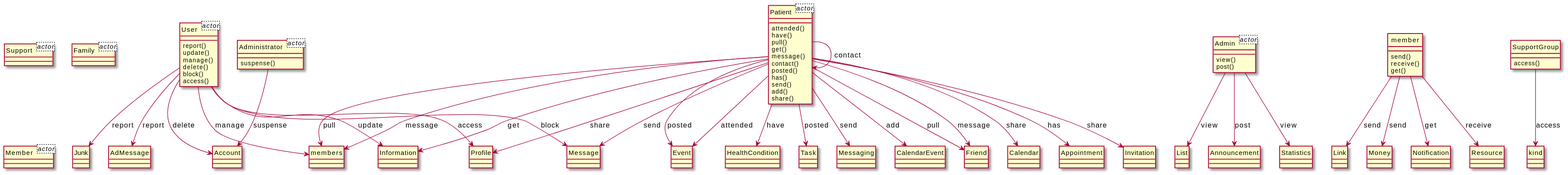
This is output/diagram_5/2018-USC-Project06.svg from xixixhalu/DomainModelExtractor, a PlantUML export, as it was before one commit.
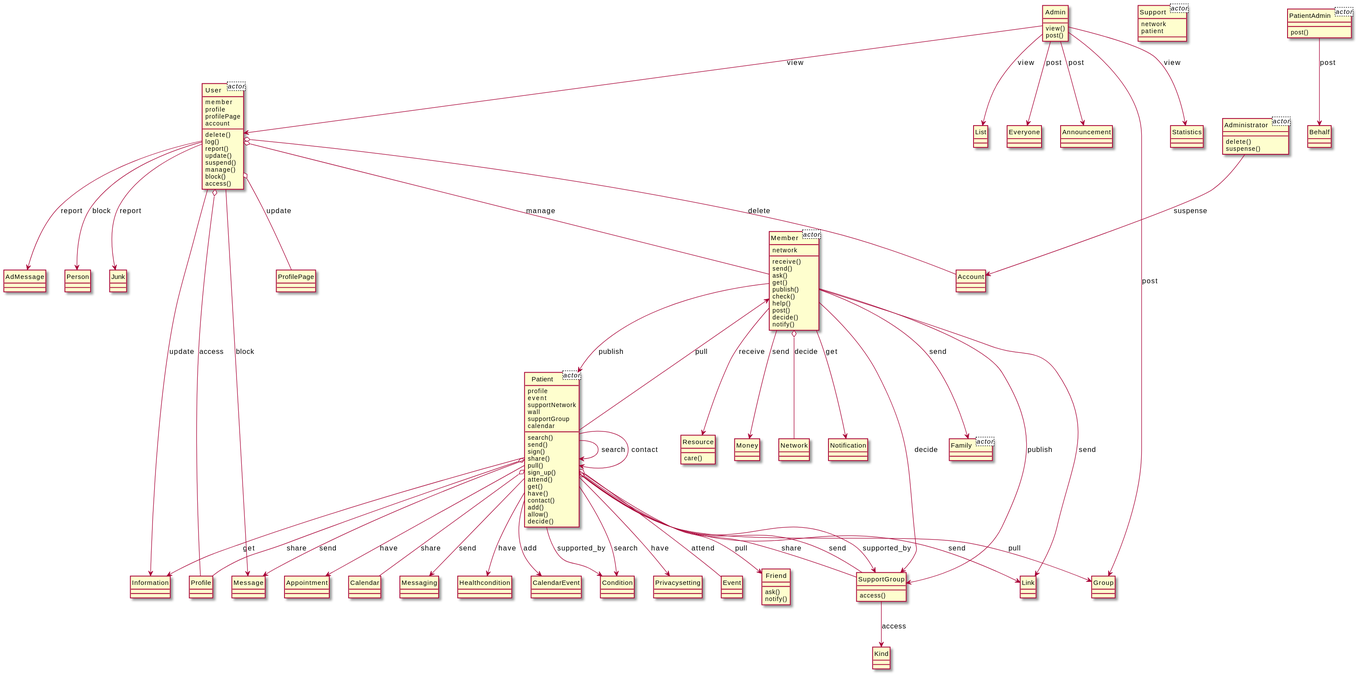
The same diagram one commit later.

The edit, as a diff of the source:
```diff
@@ -1,33 +1,68 @@
 @startuml
 hide circle
 class User<actor> {
+	member
+	profile
+	profilePage
+	account
 }
 class Patient<actor> {
+	profile
+	event
+	supportNetwork
+	wall
+	supportGroup
+	calendar
 }
 class Support<actor> {
+	network
+	patient
 }
 class Administrator<actor> {
 }
 class Family<actor> {
 }
 class Member<actor> {
+	network
 }
-class Admin<actor> {
+class PatientAdmin<actor> {
 }
 class Patient {
-	attended()
+	search()
+	send()
+	sign()
+	share()
+	pull()
+	sign_up()
+	attend()
+	get()
 	have()
-	pull()
-	get()
-	message()
 	contact()
-	posted()
-	has()
-	send()
 	add()
-	share()
+	allow()
+	decide()
 }
-class Event {
+class User {
+	delete()
+	log()
+	report()
+	update()
+	suspend()
+	manage()
+	block()
+	access()
+}
+class ProfilePage {
+}
+class AdMessage {
+}
+class Person {
+}
+class Junk {
+}
+class Profile {
+}
+class Message {
 }
 class Admin {
 	view()
@@ -35,100 +70,123 @@
 }
 class List {
 }
+class Member {
+	receive()
+	send()
+	ask()
+	get()
+	publish()
+	check()
+	help()
+	post()
+	decide()
+	notify()
+}
 class Administrator {
+	delete()
 	suspense()
 }
 class Account {
 }
-class User {
-	report()
-	update()
-	manage()
-	delete()
-	block()
-	access()
-}
-class Junk {
-}
-class member {
-	send()
-	receive()
-	get()
+class PatientAdmin {
+	post()
 }
 class Link {
 }
-class HealthCondition {
-}
-class Money {
-}
-class Task {
-}
-class Announcement {
-}
-class members {
+class Friend {
+	ask()
+	notify()
 }
 class SupportGroup {
 	access()
 }
-class kind {
+class Resource {
+	care()
 }
-class AdMessage {
+class Appointment {
 }
-class Messaging {
+class Everyone {
 }
-class CalendarEvent {
-}
-class Message {
-}
-class Friend {
+class Announcement {
 }
 class Information {
 }
 class Calendar {
 }
-class Notification {
+class Messaging {
 }
-class Appointment {
+class Money {
 }
-class Invitation {
+class Healthcondition {
 }
-class Profile {
+class CalendarEvent {
 }
-class Resource {
+class Condition {
+}
+class Group {
+}
+class Family {
+}
+class Behalf {
+}
+class Privacysetting {
+}
+class Event {
+}
+class Kind {
 }
 class Statistics {
 }
-Patient --> Invitation : share
+class Network {
+}
+class Notification {
+}
+Admin --> User : view
+User --> Person : block
+Patient --> Healthcondition : have
+Patient o-- Profile : share
+Patient --> Patient : search
+Patient o-- SupportGroup : share
+User --> Junk : report
+Patient --> CalendarEvent : add
+SupportGroup --> Kind : access
+User o-- Profile : access
+Member --> Patient : publish
+Patient o-- Event : attend
+User o-- Member : manage
+Patient --> Group : pull
+Patient --> Member : pull
+Patient --> Condition : search
+Patient --> Appointment : have
+Patient --> Message : send
+Member --> Link : send
+Admin --> Statistics : view
+Patient o-- SupportGroup : send
+Patient --> SupportGroup : supported_by
+Member --> SupportGroup : decide
+Admin --> Everyone : post
+Admin --> List : view
+Admin --> Group : post
+Admin --> Announcement : post
+Member o-- Network : decide
+Member --> Resource : receive
+User --> Information : update
+Member --> Notification : get
+Patient --> Condition : supported_by
+Member --> Family : send
+Administrator --> Account : suspense
+Patient --> Information : get
+Patient o-- Calendar : share
+User --> Message : block
+Patient --> Friend : pull
+Patient --> Patient : contact
+Patient --> Messaging : send
+PatientAdmin --> Behalf : post
+Patient --> Link : send
+User o-- ProfilePage : update
+Member --> Money : send
+User o-- Account : delete
+Patient --> Privacysetting : have
+Member --> SupportGroup : publish
 User --> AdMessage : report
-member --> Link : send
-User --> Account : delete
-Admin --> List : view
-Patient --> Profile : share
-Patient --> members : pull
-Patient --> Messaging : send
-Patient --> Event : posted
-Administrator --> Account : suspense
-member --> Resource : receive
-Patient --> CalendarEvent : add
-Patient --> HealthCondition : have
-User --> Profile : access
-Patient --> Patient : contact
-Patient --> Message : send
-Admin --> Statistics : view
-member --> Money : send
-Patient --> Friend : message
-Patient --> Information : get
-Patient --> Task : posted
-Patient --> Friend : pull
-User --> Information : update
-User --> Junk : report
-Admin --> Announcement : post
-User --> Message : block
-User --> members : manage
-Patient --> Calendar : share
-Patient --> members : message
-member --> Notification : get
-SupportGroup --> kind : access
-Patient --> Appointment : has
-Patient --> Event : attended
 @enduml
```
